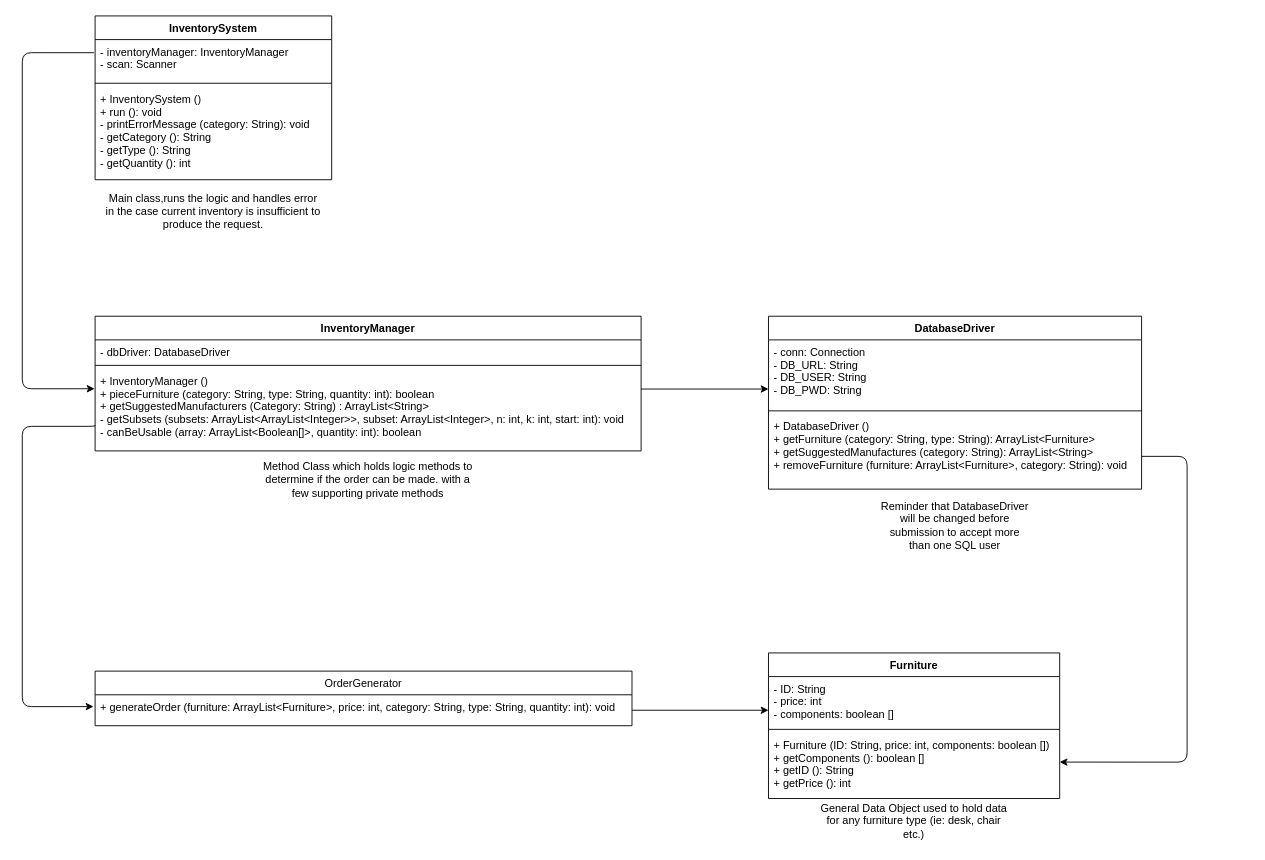
Earlier version of the draw.io diagram Untitled Diagram.drawio (mtagg/409ProjectG16). Source tidied: cells renumbered, new cells numbered last; positions are measured from the earlier drawing's top-left corner, leaving out a move shared by most shapes. Both pictures are drawn from the tidied source at 91%, with x=0, y=0 at pixel (22, 15).
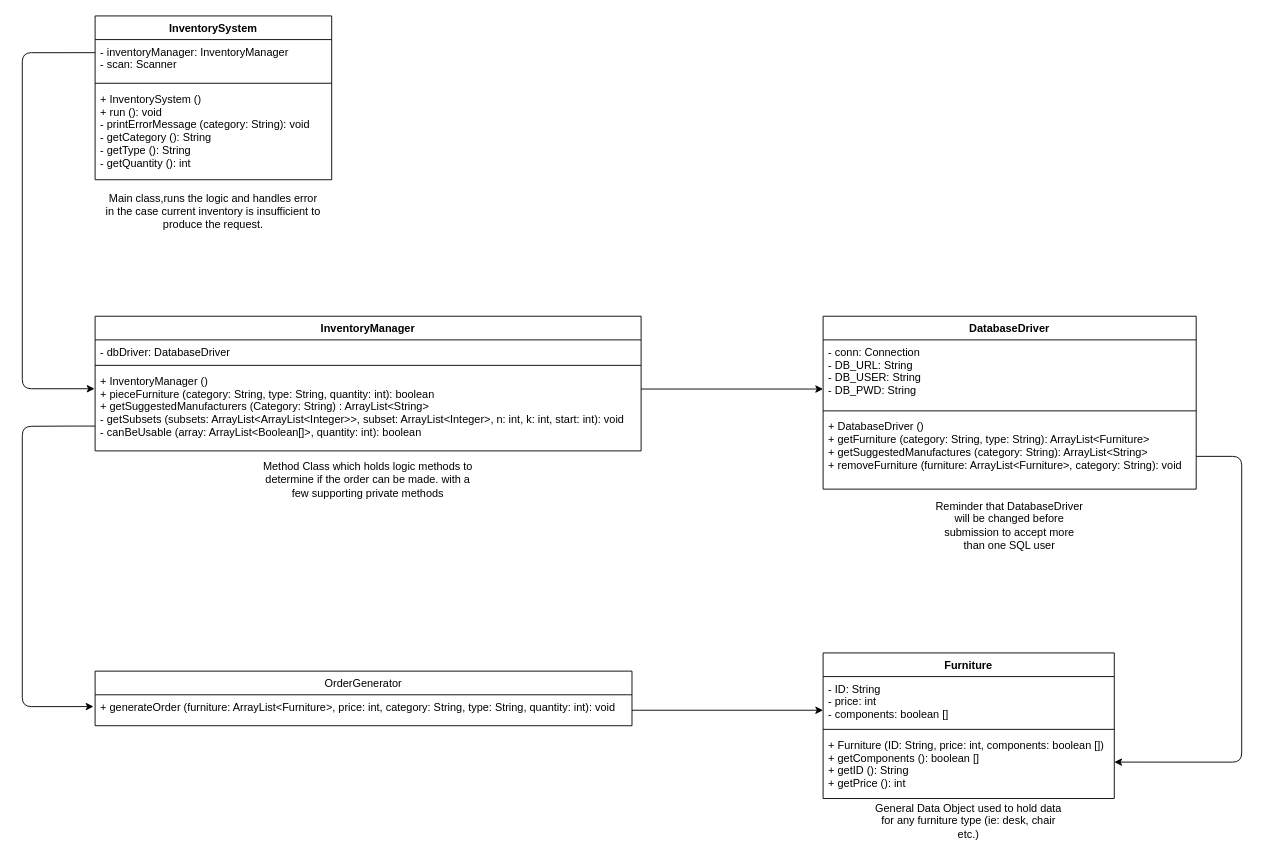
Above is the later version.

Commit message:
Updated to show relationships and variable names

The change refers to these unchanged cells:
```xml
<mxCell id="5" value="+ Furniture (ID: String, price: int, components: boolean [])&#10;+ getComponents (): boolean []&#10;+ getID (): String&#10;+ getPrice (): int&#10;&#10;" style="text;strokeColor=none;fillColor=none;align=left;verticalAlign=top;spacingLeft=4;spacingRight=4;overflow=hidden;points=[[0,0.5],[1,0.5]];portConstraint=eastwest;" parent="2" vertex="1">
  <mxGeometry y="88" width="320" height="72" as="geometry" />
</mxCell>
<mxCell id="9" value="+ DatabaseDriver ()&#10;+ getFurniture (category: String, type: String): ArrayList&lt;Furniture&gt;&#10;+ getSuggestedManufactures (category: String): ArrayList&lt;String&gt;&#10;+ removeFurniture (furniture: ArrayList&lt;Furniture&gt;, category: String): void&#10;" style="text;strokeColor=none;fillColor=none;align=left;verticalAlign=top;spacingLeft=4;spacingRight=4;overflow=hidden;points=[[0,0.5],[1,0.5]];portConstraint=eastwest;" parent="6" vertex="1">
  <mxGeometry y="108" width="410" height="82" as="geometry" />
</mxCell>
<mxCell id="13" value="+ generateOrder (furniture: ArrayList&lt;Furniture&gt;, price: int, category: String, type: String, quantity: int): void" style="text;strokeColor=none;fillColor=none;align=left;verticalAlign=top;spacingLeft=4;spacingRight=4;overflow=hidden;points=[[0,0.5],[1,0.5]];portConstraint=eastwest;" parent="12" vertex="1">
  <mxGeometry y="26" width="590" height="34" as="geometry" />
</mxCell>
<mxCell id="15" value="- inventoryManager: InventoryManager&#10;- scan: Scanner&#10;" style="text;strokeColor=none;fillColor=none;align=left;verticalAlign=top;spacingLeft=4;spacingRight=4;overflow=hidden;points=[[0,0.5],[1,0.5]];portConstraint=eastwest;" parent="14" vertex="1">
  <mxGeometry y="26" width="260" height="44" as="geometry" />
</mxCell>
<mxCell id="22" value="+ InventoryManager ()&#10;+ pieceFurniture (category: String, type: String, quantity: int): boolean&#10;+ getSuggestedManufacturers (Category: String) : ArrayList&lt;String&gt;&#10;- getSubsets (subsets: ArrayList&lt;ArrayList&lt;Integer&gt;&gt;, subset: ArrayList&lt;Integer&gt;, n: int, k: int, start: int): void&#10;- canBeUsable (array: ArrayList&lt;Boolean[]&gt;, quantity: int): boolean&#10;&#10;&#10;" style="text;strokeColor=none;fillColor=none;align=left;verticalAlign=top;spacingLeft=4;spacingRight=4;overflow=hidden;points=[[0,0.5],[1,0.5]];portConstraint=eastwest;" parent="19" vertex="1">
  <mxGeometry y="58" width="600" height="90" as="geometry" />
</mxCell>
```

The edit, as a diff of the source:
```diff
@@
     <mxCell id="2" value="Furniture" style="swimlane;fontStyle=1;align=center;verticalAlign=top;horizontal=1;startSize=26;" parent="1" vertex="1">
-      <mxGeometry x="820" y="700" width="320" height="160" as="geometry" />
+      <mxGeometry x="880" y="700" width="320" height="160" as="geometry" />
     </mxCell>
@@
     <mxCell id="6" value="DatabaseDriver" style="swimlane;fontStyle=1;align=center;verticalAlign=top;horizontal=1;startSize=26;" parent="1" vertex="1">
-      <mxGeometry x="820" y="330" width="410" height="190" as="geometry" />
+      <mxGeometry x="880" y="330" width="410" height="190" as="geometry" />
     </mxCell>
@@
     <mxCell id="10" value="Reminder that DatabaseDriver will be changed before submission to accept more than one SQL user" style="text;html=1;strokeColor=none;fillColor=none;align=center;verticalAlign=middle;whiteSpace=wrap;rounded=0;" parent="1" vertex="1">
-      <mxGeometry x="940" y="520" width="170" height="80" as="geometry" />
+      <mxGeometry x="1000" y="520" width="170" height="80" as="geometry" />
     </mxCell>
     <mxCell id="11" value="General Data Object used to hold data for any furniture type (ie: desk, chair etc.)" style="text;html=1;strokeColor=none;fillColor=none;align=center;verticalAlign=middle;whiteSpace=wrap;rounded=0;" parent="1" vertex="1">
-      <mxGeometry x="870" y="860" width="220" height="50" as="geometry" />
+      <mxGeometry x="930" y="860" width="220" height="50" as="geometry" />
     </mxCell>
@@
-    <mxCell id="24" style="edgeStyle=orthogonalEdgeStyle;rounded=1;jettySize=auto;html=1;exitX=-0.005;exitY=0.328;exitDx=0;exitDy=0;exitPerimeter=0;entryX=-0.001;entryY=0.241;entryDx=0;entryDy=0;entryPerimeter=0;" parent="1" edge="1" source="15" target="22">
+    <mxCell id="24" style="edgeStyle=orthogonalEdgeStyle;rounded=1;jettySize=auto;html=1;exitX=0;exitY=0.327;exitDx=0;exitDy=0;exitPerimeter=0;entryX=-0.001;entryY=0.241;entryDx=0;entryDy=0;entryPerimeter=0;" parent="1" edge="1" source="15" target="22">
       <mxGeometry relative="1" as="geometry">
         <Array as="points">
           <mxPoint y="40" />
           <mxPoint y="410" />
         </Array>
       </mxGeometry>
     </mxCell>
@@
     <mxCell id="27" style="edgeStyle=orthogonalEdgeStyle;jettySize=auto;html=1;entryX=1;entryY=0.444;entryDx=0;entryDy=0;entryPerimeter=0;rounded=1;" parent="1" edge="1" source="9" target="5">
       <mxGeometry relative="1" as="geometry">
         <Array as="points">
-          <mxPoint x="1280" y="484" />
-          <mxPoint x="1280" y="820" />
+          <mxPoint x="1340" y="484" />
+          <mxPoint x="1340" y="820" />
         </Array>
       </mxGeometry>
     </mxCell>
-    <mxCell id="28" style="edgeStyle=orthogonalEdgeStyle;rounded=1;jettySize=auto;html=1;entryX=-0.003;entryY=0.382;entryDx=0;entryDy=0;exitX=0;exitY=0.685;exitDx=0;exitDy=0;exitPerimeter=0;entryPerimeter=0;" parent="1" edge="1" source="22" target="13">
+    <mxCell id="28" style="edgeStyle=orthogonalEdgeStyle;rounded=1;jettySize=auto;html=1;entryX=-0.003;entryY=0.382;entryDx=0;entryDy=0;entryPerimeter=0;exitX=0;exitY=0.697;exitDx=0;exitDy=0;exitPerimeter=0;" parent="1" edge="1" source="22" target="13">
       <mxGeometry relative="1" as="geometry">
         <Array as="points">
-          <mxPoint x="80" y="451" />
+          <mxPoint x="60" y="451" />
           <mxPoint y="451" />
           <mxPoint y="759" />
         </Array>
       </mxGeometry>
     </mxCell>
```
